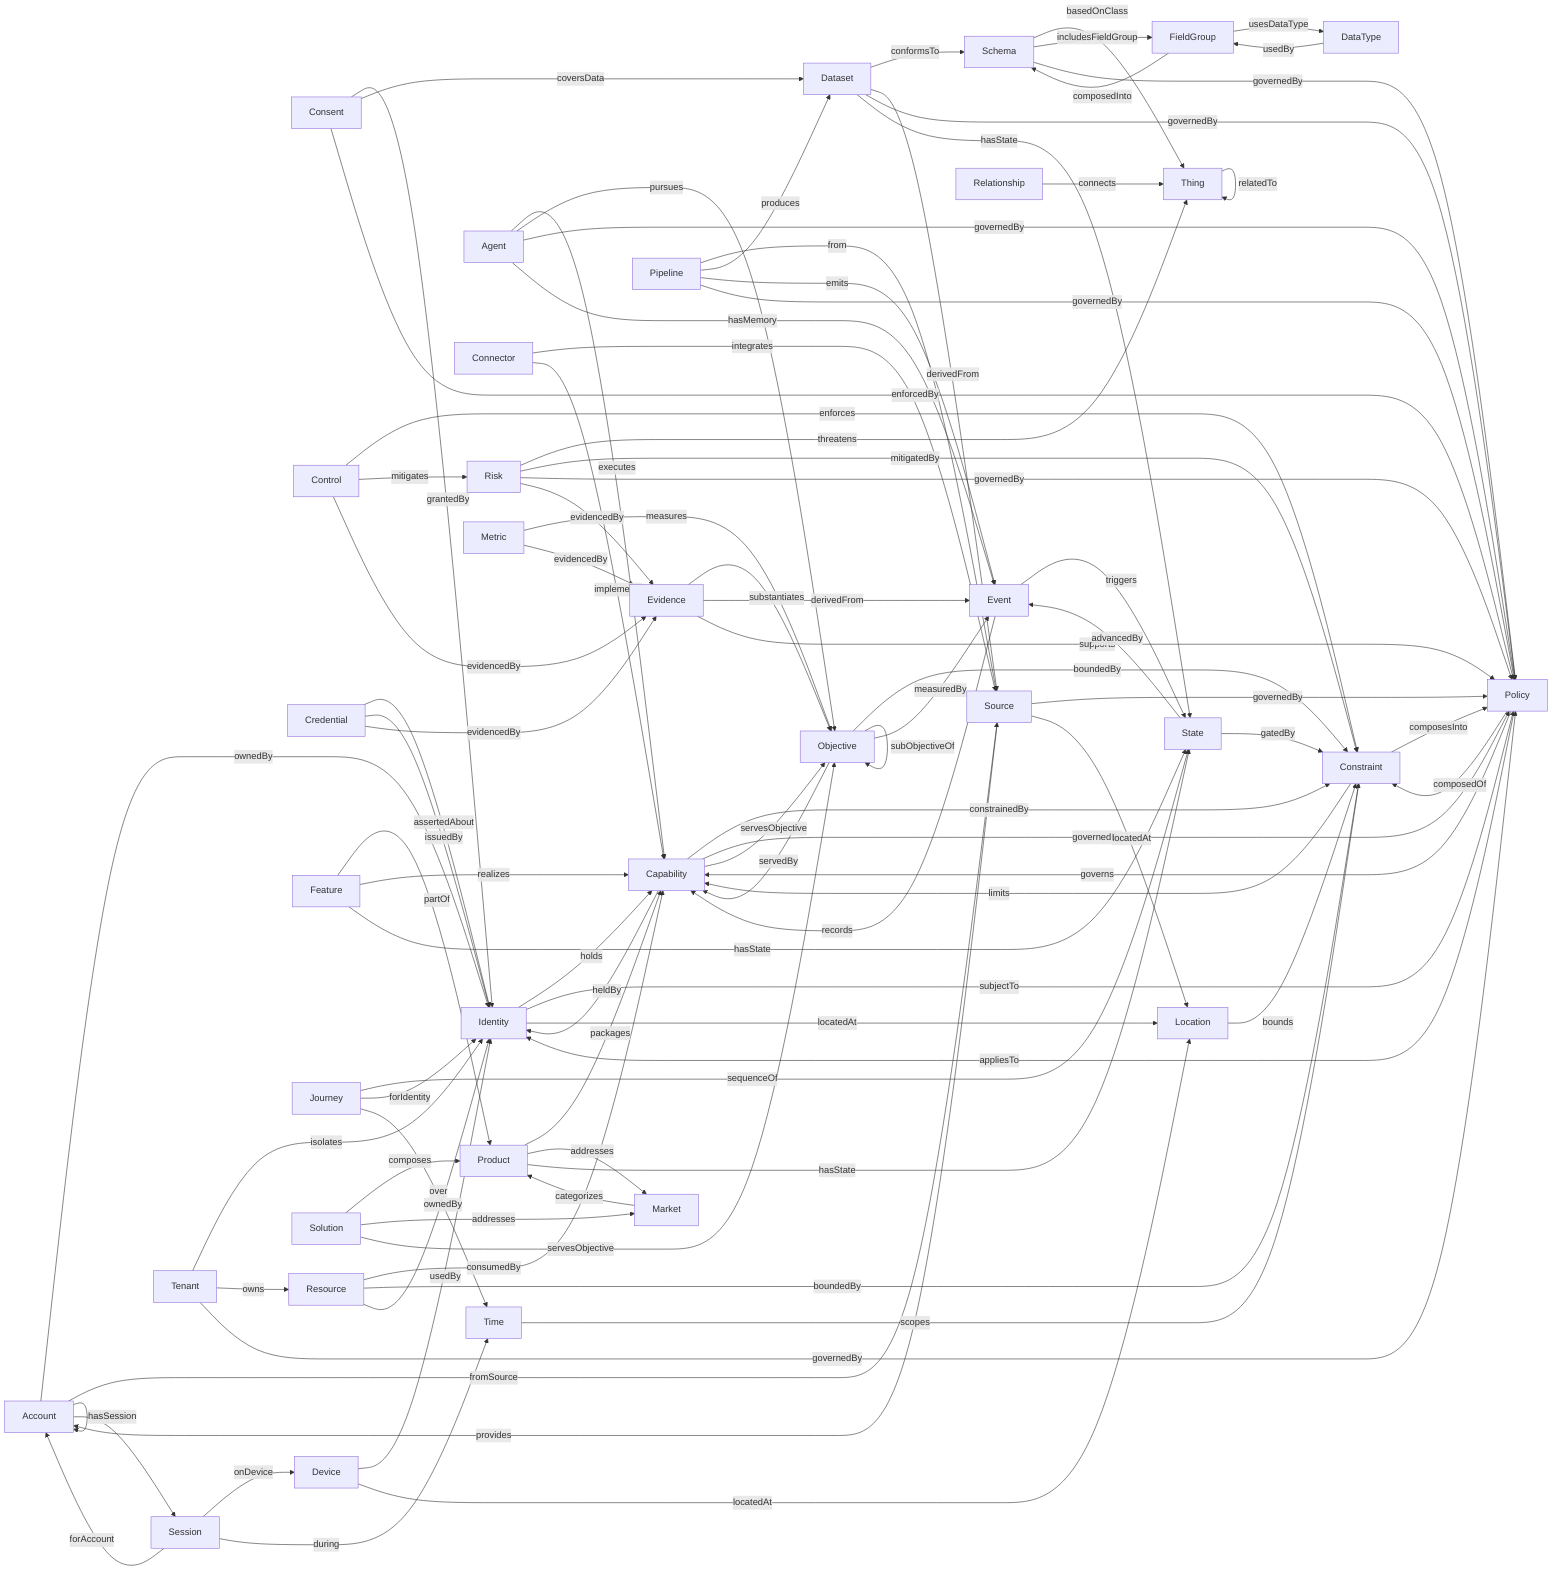
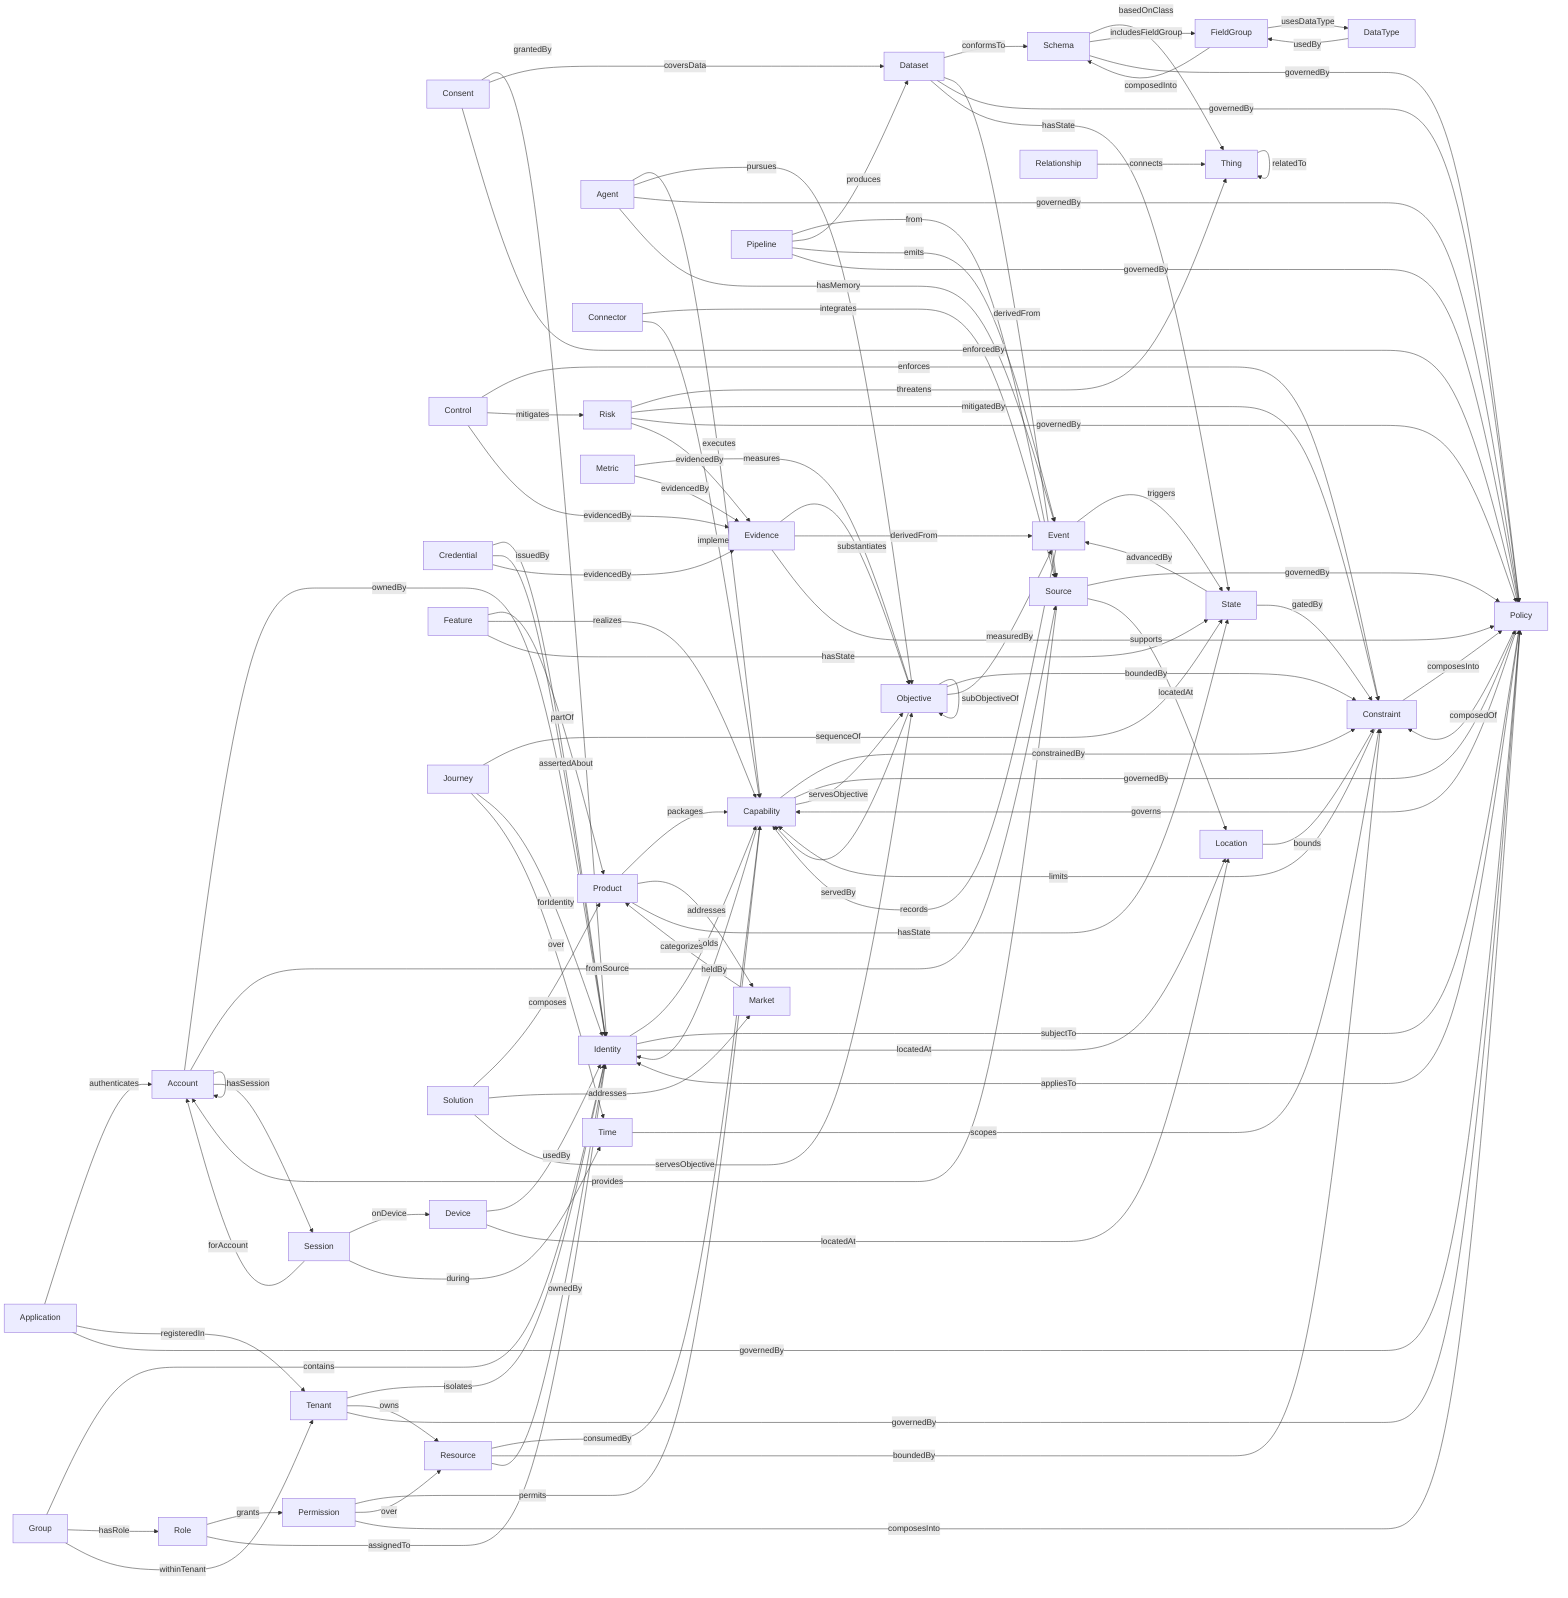
graph LR
  Account -->|ownedBy| Identity
  Account -->|fromSource| Source
  Account -->|linkedTo| Account
  Account -->|hasSession| Session
  Agent -->|executes| Capability
  Agent -->|pursues| Objective
  Agent -->|governedBy| Policy
  Agent -->|hasMemory| Event
+   Application -->|authenticates| Account
+   Application -->|registeredIn| Tenant
+   Application -->|governedBy| Policy
  Capability -->|heldBy| Identity
  Capability -->|constrainedBy| Constraint
  Capability -->|governedBy| Policy
  Capability -->|servesObjective| Objective
  Connector -->|integrates| Source
  Connector -->|implements| Capability
  Consent -->|grantedBy| Identity
  Consent -->|coversData| Dataset
  Consent -->|enforcedBy| Policy
  Constraint -->|composesInto| Policy
  Constraint -->|limits| Capability
  Control -->|enforces| Constraint
  Control -->|mitigates| Risk
  Control -->|evidencedBy| Evidence
  Credential -->|assertedAbout| Identity
  Credential -->|issuedBy| Identity
  Credential -->|evidencedBy| Evidence
  DataType -->|usedBy| FieldGroup
  Dataset -->|conformsTo| Schema
  Dataset -->|derivedFrom| Source
  Dataset -->|governedBy| Policy
  Dataset -->|hasState| State
  Device -->|usedBy| Identity
  Device -->|locatedAt| Location
  Event -->|records| Capability
  Event -->|triggers| State
  Evidence -->|substantiates| Objective
  Evidence -->|derivedFrom| Event
  Evidence -->|supports| Policy
  Feature -->|partOf| Product
  Feature -->|realizes| Capability
  Feature -->|hasState| State
  FieldGroup -->|usesDataType| DataType
  FieldGroup -->|composedInto| Schema
+   Group -->|contains| Identity
+   Group -->|hasRole| Role
+   Group -->|withinTenant| Tenant
  Identity -->|holds| Capability
  Identity -->|subjectTo| Policy
  Identity -->|locatedAt| Location
  Journey -->|sequenceOf| State
  Journey -->|forIdentity| Identity
  Journey -->|over| Time
  Location -->|bounds| Constraint
  Market -->|categorizes| Product
  Metric -->|measures| Objective
  Metric -->|evidencedBy| Evidence
  Objective -->|servedBy| Capability
  Objective -->|boundedBy| Constraint
  Objective -->|measuredBy| Event
  Objective -->|subObjectiveOf| Objective
+   Permission -->|permits| Capability
+   Permission -->|over| Resource
+   Permission -->|composesInto| Policy
  Pipeline -->|from| Source
  Pipeline -->|produces| Dataset
  Pipeline -->|emits| Event
  Pipeline -->|governedBy| Policy
  Policy -->|composedOf| Constraint
  Policy -->|governs| Capability
  Policy -->|appliesTo| Identity
  Product -->|packages| Capability
  Product -->|addresses| Market
  Product -->|hasState| State
  Relationship -->|connects| Thing
  Resource -->|consumedBy| Capability
  Resource -->|boundedBy| Constraint
  Resource -->|ownedBy| Identity
  Risk -->|threatens| Thing
  Risk -->|mitigatedBy| Constraint
  Risk -->|governedBy| Policy
  Risk -->|evidencedBy| Evidence
+   Role -->|grants| Permission
+   Role -->|assignedTo| Identity
  Schema -->|basedOnClass| Thing
  Schema -->|includesFieldGroup| FieldGroup
  Schema -->|governedBy| Policy
  Session -->|forAccount| Account
  Session -->|onDevice| Device
  Session -->|during| Time
  Solution -->|composes| Product
  Solution -->|addresses| Market
  Solution -->|servesObjective| Objective
  Source -->|provides| Account
  Source -->|governedBy| Policy
  Source -->|locatedAt| Location
  State -->|advancedBy| Event
  State -->|gatedBy| Constraint
  Tenant -->|isolates| Identity
  Tenant -->|owns| Resource
  Tenant -->|governedBy| Policy
  Thing -->|relatedTo| Thing
  Time -->|scopes| Constraint
